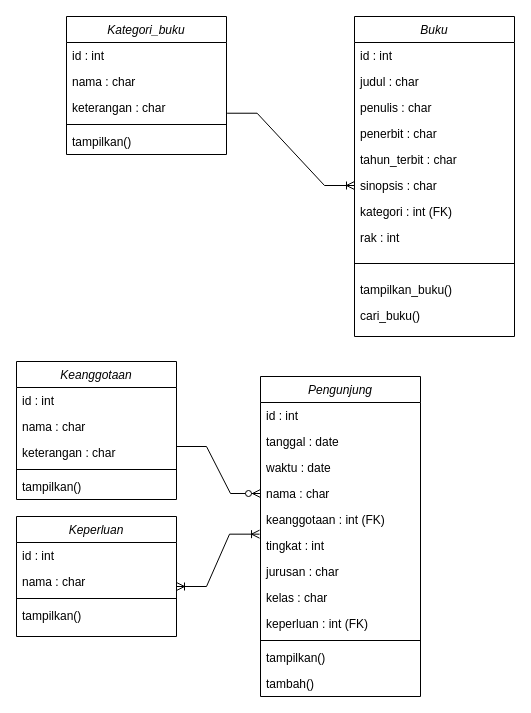
Earlier version of the draw.io diagram ClassDiagram.drawio (fridaasmara/Project-TEFA). Source tidied: cells renumbered, new cells numbered last; positions are measured from the earlier drawing's top-left corner, leaving out a move shared by most shapes. Both pictures are drawn from the tidied source at 100%, with x=0, y=0 at pixel (16, 16).
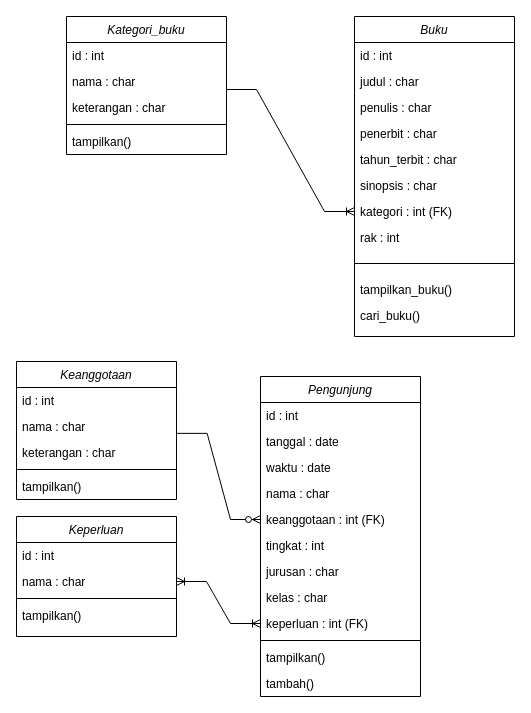
The same diagram, later.

Unchanged cells that the change refers to:
```xml
<mxCell id="5" value="keterangan : char" style="text;align=left;verticalAlign=top;spacingLeft=4;spacingRight=4;overflow=hidden;points=[[0,0.5],[1,0.5]];portConstraint=eastwest;rounded=0;shadow=0;html=0;" parent="2" vertex="1">
  <mxGeometry y="78" width="160" height="26" as="geometry" />
</mxCell>
<mxCell id="12" value="nama : char" style="text;align=left;verticalAlign=top;spacingLeft=4;spacingRight=4;overflow=hidden;points=[[0,0.5],[1,0.5]];portConstraint=eastwest;rounded=0;shadow=0;html=0;" parent="8" vertex="1">
  <mxGeometry y="104" width="160" height="26" as="geometry" />
</mxCell>
<mxCell id="13" value="keanggotaan : int (FK)" style="text;align=left;verticalAlign=top;spacingLeft=4;spacingRight=4;overflow=hidden;points=[[0,0.5],[1,0.5]];portConstraint=eastwest;rounded=0;shadow=0;html=0;" parent="8" vertex="1">
  <mxGeometry y="130" width="160" height="26" as="geometry" />
</mxCell>
<mxCell id="14" value="tingkat : int" style="text;align=left;verticalAlign=top;spacingLeft=4;spacingRight=4;overflow=hidden;points=[[0,0.5],[1,0.5]];portConstraint=eastwest;rounded=0;shadow=0;html=0;" parent="8" vertex="1">
  <mxGeometry y="156" width="160" height="26" as="geometry" />
</mxCell>
<mxCell id="17" value="keperluan : int (FK)" style="text;align=left;verticalAlign=top;spacingLeft=4;spacingRight=4;overflow=hidden;points=[[0,0.5],[1,0.5]];portConstraint=eastwest;rounded=0;shadow=0;html=0;" parent="8" vertex="1">
  <mxGeometry y="234" width="160" height="26" as="geometry" />
</mxCell>
<mxCell id="27" value="sinopsis : char" style="text;align=left;verticalAlign=top;spacingLeft=4;spacingRight=4;overflow=hidden;points=[[0,0.5],[1,0.5]];portConstraint=eastwest;rounded=0;shadow=0;html=0;" parent="21" vertex="1">
  <mxGeometry y="156" width="160" height="26" as="geometry" />
</mxCell>
<mxCell id="28" value="kategori : int (FK)" style="text;align=left;verticalAlign=top;spacingLeft=4;spacingRight=4;overflow=hidden;points=[[0,0.5],[1,0.5]];portConstraint=eastwest;rounded=0;shadow=0;html=0;" parent="21" vertex="1">
  <mxGeometry y="182" width="160" height="26" as="geometry" />
</mxCell>
<mxCell id="35" value="nama : char" style="text;align=left;verticalAlign=top;spacingLeft=4;spacingRight=4;overflow=hidden;points=[[0,0.5],[1,0.5]];portConstraint=eastwest;rounded=0;shadow=0;html=0;" parent="33" vertex="1">
  <mxGeometry y="52" width="160" height="26" as="geometry" />
</mxCell>
<mxCell id="41" value="nama : char" style="text;align=left;verticalAlign=top;spacingLeft=4;spacingRight=4;overflow=hidden;points=[[0,0.5],[1,0.5]];portConstraint=eastwest;rounded=0;shadow=0;html=0;" parent="39" vertex="1">
  <mxGeometry y="52" width="160" height="26" as="geometry" />
</mxCell>
```

Change to the diagram source:
```diff
@@
-    <mxCell id="44" style="edgeStyle=entityRelationEdgeStyle;fontSize=12;html=1;endArrow=ERoneToMany;rounded=0;exitX=1.004;exitY=0.72;exitDx=0;exitDy=0;exitPerimeter=0;entryX=0;entryY=0.5;entryDx=0;entryDy=0;" parent="1" edge="1" source="5" target="27">
+    <mxCell id="44" style="edgeStyle=entityRelationEdgeStyle;fontSize=12;html=1;endArrow=ERoneToMany;rounded=0;entryX=0;entryY=0.5;entryDx=0;entryDy=0;" parent="1" edge="1" target="28">
       <mxGeometry relative="1" as="geometry">
+        <mxPoint x="210" y="73" as="sourcePoint" />
         <Array as="points">
           <mxPoint x="280" y="80" />
           <mxPoint x="280" y="190" />
         </Array>
       </mxGeometry>
     </mxCell>
-    <mxCell id="45" style="edgeStyle=entityRelationEdgeStyle;fontSize=12;html=1;endArrow=ERoneToMany;startArrow=ERoneToMany;rounded=0;entryX=-0.006;entryY=0.064;entryDx=0;entryDy=0;entryPerimeter=0;" parent="1" edge="1" target="14">
-      <mxGeometry relative="1" as="geometry">
-        <mxPoint x="160" y="570" as="sourcePoint" />
-      </mxGeometry>
+    <mxCell id="45" style="edgeStyle=entityRelationEdgeStyle;fontSize=12;html=1;endArrow=ERoneToMany;startArrow=ERoneToMany;rounded=0;entryX=0;entryY=0.5;entryDx=0;entryDy=0;exitX=1;exitY=0.5;exitDx=0;exitDy=0;" parent="1" edge="1" source="41" target="17">
+      <mxGeometry relative="1" as="geometry" />
     </mxCell>
-    <mxCell id="46" style="edgeStyle=entityRelationEdgeStyle;fontSize=12;html=1;endArrow=ERzeroToMany;endFill=1;rounded=0;entryX=0;entryY=0.5;entryDx=0;entryDy=0;" parent="1" edge="1" target="12">
-      <mxGeometry relative="1" as="geometry">
-        <mxPoint x="160" y="430" as="sourcePoint" />
-      </mxGeometry>
+    <mxCell id="46" style="edgeStyle=entityRelationEdgeStyle;fontSize=12;html=1;endArrow=ERzeroToMany;endFill=1;rounded=0;exitX=1.004;exitY=0.764;exitDx=0;exitDy=0;exitPerimeter=0;entryX=0;entryY=0.5;entryDx=0;entryDy=0;" parent="1" edge="1" source="35" target="13">
+      <mxGeometry relative="1" as="geometry" />
     </mxCell>
```
